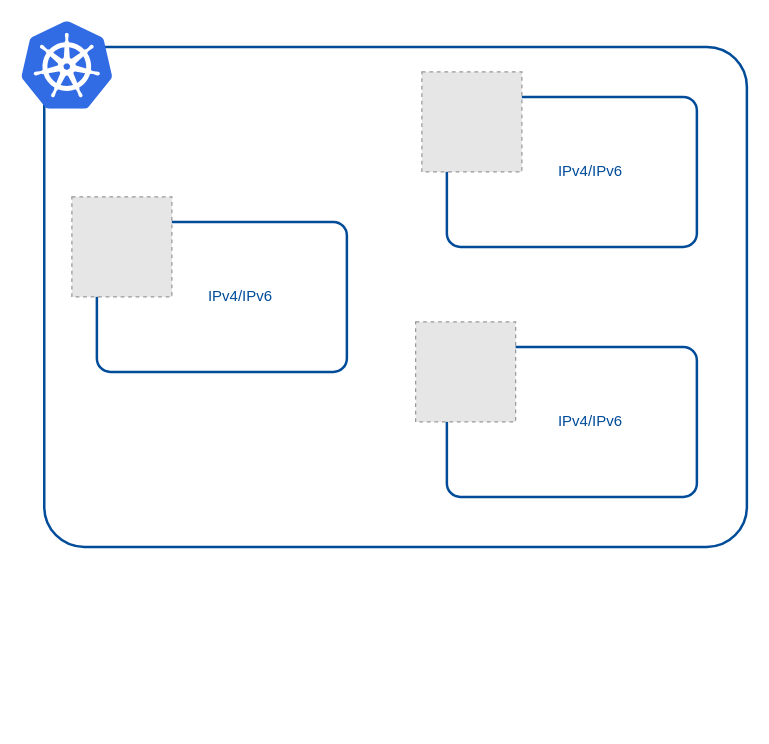
This is page "第 3 页" (3 of 4) of st/k8s.drawio from gaivin/drawio, a draw.io file, before an edit. Source tidied: cells renumbered, new cells numbered last; positions are measured from the earlier drawing's top-left corner, leaving out a move shared by most shapes. Both pictures are drawn from the tidied source at 125%, with x=0, y=0 at pixel (21, 21). Pictures stored in the file or linked from it are replaced by grey dashed boxes.
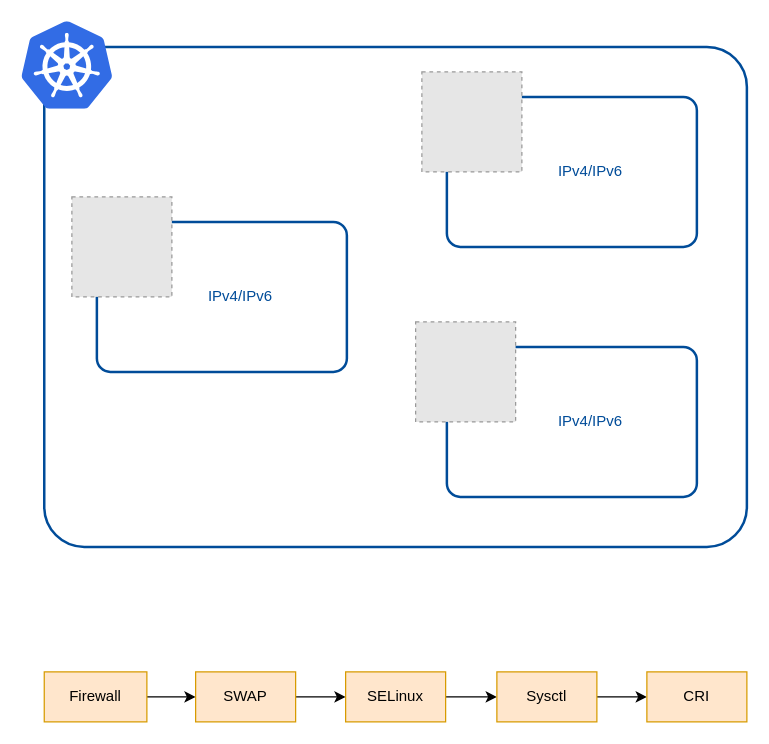
The same diagram, later.

Diff of the diagram source:
```diff
@@
 <mxGraphModel>
   <root>
     <mxCell id="0" />
     <mxCell id="1" parent="0" />
     <mxCell id="2" style="rounded=1;whiteSpace=wrap;html=1;fillStyle=auto;strokeWidth=2;fillColor=none;arcSize=8;strokeColor=#004C99;" parent="1" vertex="1">
       <mxGeometry x="17.9" y="20" width="562.1" height="400" as="geometry" />
     </mxCell>
     <mxCell id="3" value="&amp;nbsp; &amp;nbsp; &amp;nbsp; &amp;nbsp; &amp;nbsp;IPv4/IPv6" style="rounded=1;whiteSpace=wrap;html=1;fillStyle=auto;strokeColor=#004C99;strokeWidth=2;fontColor=#004C99;fillColor=none;arcSize=9;" parent="1" vertex="1">
       <mxGeometry x="340" y="60" width="200" height="120" as="geometry" />
     </mxCell>
     <mxCell id="4" style="fillColor=#E6E6E6;strokeColor=#999999;dashed=1;verticalLabelPosition=bottom;verticalAlign=top;fontColor=#004C99;" parent="1" vertex="1">
       <mxGeometry x="320" y="40" width="80" height="80" as="geometry" />
     </mxCell>
     <mxCell id="5" value="&amp;nbsp; &amp;nbsp; &amp;nbsp; &amp;nbsp; &amp;nbsp;IPv4/IPv6" style="rounded=1;whiteSpace=wrap;html=1;fillStyle=auto;strokeColor=#004C99;strokeWidth=2;fontColor=#004C99;fillColor=none;arcSize=9;" parent="1" vertex="1">
       <mxGeometry x="340" y="260" width="200" height="120" as="geometry" />
     </mxCell>
     <mxCell id="6" style="fillColor=#E6E6E6;strokeColor=#999999;dashed=1;verticalLabelPosition=bottom;verticalAlign=top;fontColor=#004C99;" parent="1" vertex="1">
       <mxGeometry x="315" y="240" width="80" height="80" as="geometry" />
     </mxCell>
     <mxCell id="7" value="&amp;nbsp; &amp;nbsp; &amp;nbsp; &amp;nbsp; &amp;nbsp;IPv4/IPv6" style="rounded=1;whiteSpace=wrap;html=1;fillStyle=auto;strokeColor=#004C99;strokeWidth=2;fontColor=#004C99;fillColor=none;arcSize=9;" parent="1" vertex="1">
       <mxGeometry x="60" y="160" width="200" height="120" as="geometry" />
     </mxCell>
     <mxCell id="8" style="fillColor=#E6E6E6;strokeColor=#999999;dashed=1;verticalLabelPosition=bottom;verticalAlign=top;fontColor=#004C99;" parent="1" vertex="1">
       <mxGeometry x="40" y="140" width="80" height="80" as="geometry" />
     </mxCell>
     <mxCell id="9" style="sketch=0;html=1;align=center;image;fontSize=12;image=img/lib/mscae/Kubernetes.svg;" parent="1" vertex="1">
       <mxGeometry width="72.9" height="70" as="geometry" />
     </mxCell>
+    <mxCell id="10" style="edgeStyle=orthogonalEdgeStyle;rounded=0;jettySize=auto;html=1;" parent="1" edge="1" source="11" target="13">
+      <mxGeometry relative="1" as="geometry" />
+    </mxCell>
+    <mxCell id="11" value="Firewall" style="rounded=0;whiteSpace=wrap;html=1;fillColor=#ffe6cc;strokeColor=#d79b00;" parent="1" vertex="1">
+      <mxGeometry x="17.9" y="520" width="82.1" height="40" as="geometry" />
+    </mxCell>
+    <mxCell id="12" style="edgeStyle=orthogonalEdgeStyle;rounded=0;jettySize=auto;html=1;" parent="1" edge="1" source="13" target="15">
+      <mxGeometry relative="1" as="geometry" />
+    </mxCell>
+    <mxCell id="13" value="SWAP" style="rounded=0;whiteSpace=wrap;html=1;fillColor=#ffe6cc;strokeColor=#d79b00;" parent="1" vertex="1">
+      <mxGeometry x="139" y="520" width="80" height="40" as="geometry" />
+    </mxCell>
+    <mxCell id="14" style="edgeStyle=orthogonalEdgeStyle;rounded=0;jettySize=auto;html=1;" parent="1" edge="1" source="15" target="17">
+      <mxGeometry relative="1" as="geometry" />
+    </mxCell>
+    <mxCell id="15" value="SELinux" style="rounded=0;whiteSpace=wrap;html=1;fillColor=#ffe6cc;strokeColor=#d79b00;" parent="1" vertex="1">
+      <mxGeometry x="259" y="520" width="80" height="40" as="geometry" />
+    </mxCell>
+    <mxCell id="16" style="edgeStyle=orthogonalEdgeStyle;rounded=0;jettySize=auto;html=1;" parent="1" edge="1" source="17" target="18">
+      <mxGeometry relative="1" as="geometry" />
+    </mxCell>
+    <mxCell id="17" value="Sysctl" style="rounded=0;whiteSpace=wrap;html=1;fillColor=#ffe6cc;strokeColor=#d79b00;" parent="1" vertex="1">
+      <mxGeometry x="380" y="520" width="80" height="40" as="geometry" />
+    </mxCell>
+    <mxCell id="18" value="CRI" style="rounded=0;whiteSpace=wrap;html=1;fillColor=#ffe6cc;strokeColor=#d79b00;" parent="1" vertex="1">
+      <mxGeometry x="500" y="520" width="80" height="40" as="geometry" />
+    </mxCell>
   </root>
 </mxGraphModel>
```
